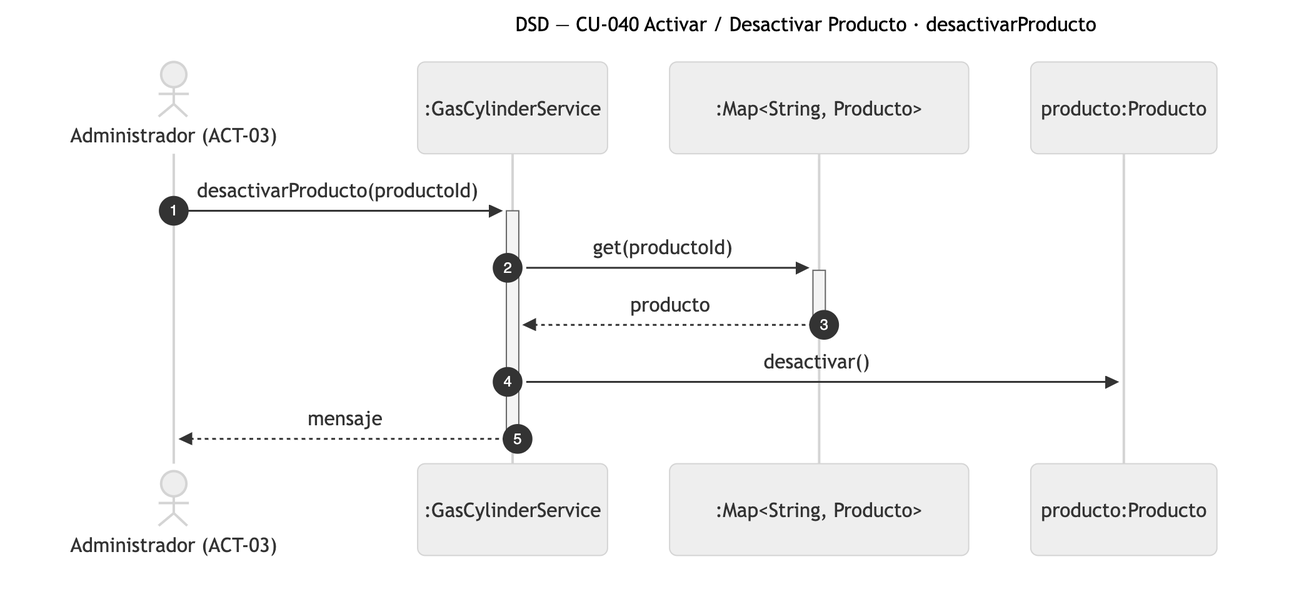
Nahuelito-Dev/splg-docs keeps this Mermaid diagram as diagramas/png/DSD_CU-040_desactivarProducto.png. Above is the earlier version. Its source is kept beside it as diagramas/DSD_CU-040_desactivarProducto.mmd.
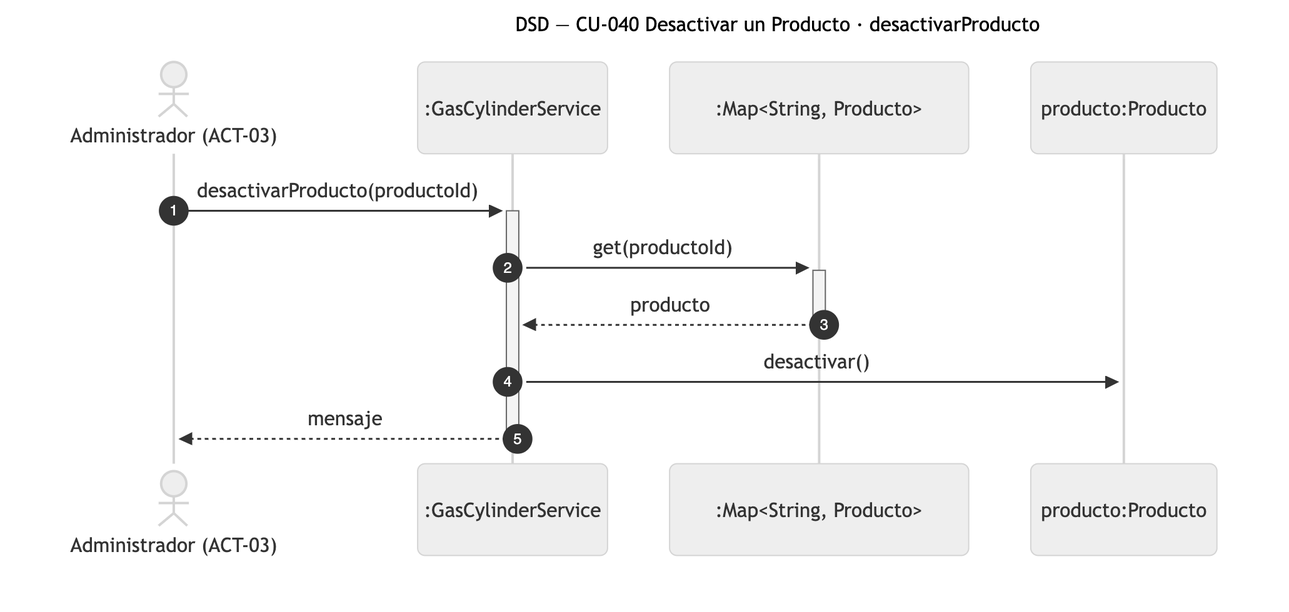
The same file after the commit.

Change to the diagram source:
```diff
@@ -1,5 +1,5 @@
 sequenceDiagram
-    title DSD — CU-040 Activar / Desactivar Producto · desactivarProducto
+    title DSD — CU-040 Desactivar un Producto · desactivarProducto
     autonumber
     actor ADM as Administrador (ACT-03)
     participant SRV as :GasCylinderService
```
